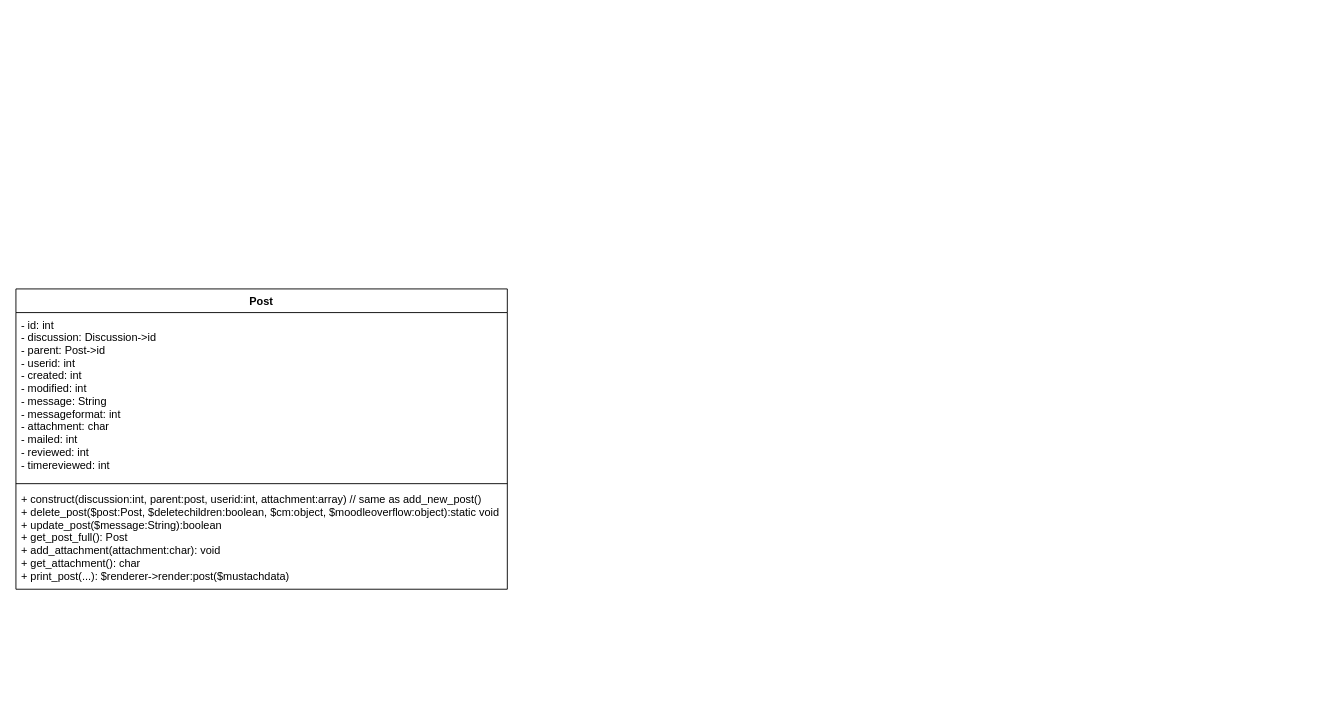
Before: classes/post.drawio in learnweb/moodle-mod_moodleoverflow, a draw.io diagram. Source tidied: cells renumbered, new cells numbered last; positions are measured from the earlier drawing's top-left corner, leaving out a move shared by most shapes. Both pictures are drawn from the tidied source at 91%, with x=0, y=0 at pixel (15, 288).
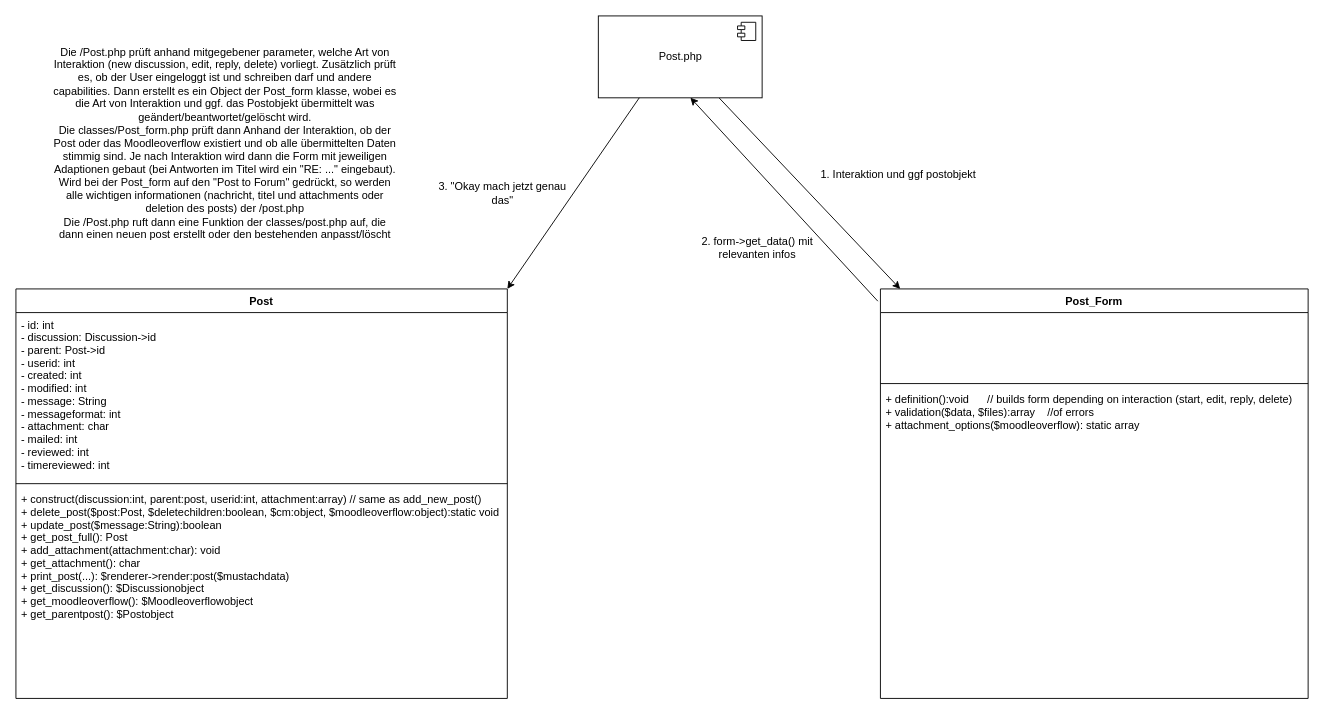
Above is the later version.

Commit message (it also covers changes not shown here):
WIP: class diagram

The edit, as a diff of the source:
```diff
@@
 <mxGraphModel>
   <root>
     <mxCell id="0" />
     <mxCell id="1" parent="0" />
     <mxCell id="2" value="Post" style="swimlane;fontStyle=1;align=center;verticalAlign=top;horizontal=1;startSize=26;" parent="1" vertex="1">
-      <mxGeometry width="540" height="330" as="geometry" />
+      <mxGeometry width="540" height="450" as="geometry" />
     </mxCell>
     <mxCell id="3" value="- id: int&#10;- discussion: Discussion-&gt;id&#10;- parent: Post-&gt;id&#10;- userid: int&#10;- created: int&#10;- modified: int&#10;- message: String&#10;- messageformat: int&#10;- attachment: char&#10;- mailed: int&#10;- reviewed: int &#10;- timereviewed: int" style="text;strokeColor=none;fillColor=none;align=left;verticalAlign=top;spacingLeft=4;spacingRight=4;overflow=hidden;" parent="2" vertex="1">
       <mxGeometry y="26" width="540" height="184" as="geometry" />
     </mxCell>
     <mxCell id="4" style="line;strokeWidth=1;fillColor=none;align=left;verticalAlign=middle;spacingTop=-1;spacingLeft=3;spacingRight=3;labelPosition=right;strokeColor=inherit;" parent="2" vertex="1">
       <mxGeometry y="210" width="540" height="8" as="geometry" />
     </mxCell>
-    <mxCell id="5" value="+ construct(discussion:int, parent:post, userid:int, attachment:array) // same as add_new_post()&#10;+ delete_post($post:Post, $deletechildren:boolean, $cm:object, $moodleoverflow:object):static void&#10;+ update_post($message:String):boolean&#10;+ get_post_full(): Post&#10;+ add_attachment(attachment:char): void&#10;+ get_attachment(): char&#10;+ print_post(...): $renderer-&gt;render:post($mustachdata)" style="text;strokeColor=none;fillColor=none;align=left;verticalAlign=top;spacingLeft=4;spacingRight=4;overflow=hidden;" parent="2" vertex="1">
-      <mxGeometry y="218" width="540" height="112" as="geometry" />
+    <mxCell id="5" value="+ construct(discussion:int, parent:post, userid:int, attachment:array) // same as add_new_post()&#10;+ delete_post($post:Post, $deletechildren:boolean, $cm:object, $moodleoverflow:object):static void&#10;+ update_post($message:String):boolean&#10;+ get_post_full(): Post&#10;+ add_attachment(attachment:char): void&#10;+ get_attachment(): char&#10;+ print_post(...): $renderer-&gt;render:post($mustachdata)&#10;+ get_discussion(): $Discussionobject&#10;+ get_moodleoverflow(): $Moodleoverflowobject&#10;+ get_parentpost(): $Postobject" style="text;strokeColor=none;fillColor=none;align=left;verticalAlign=top;spacingLeft=4;spacingRight=4;overflow=hidden;" parent="2" vertex="1">
+      <mxGeometry y="218" width="540" height="232" as="geometry" />
     </mxCell>
+    <mxCell id="6" value="Post_Form" style="swimlane;fontStyle=1;align=center;verticalAlign=top;horizontal=1;startSize=26;" parent="1" vertex="1">
+      <mxGeometry x="950" width="470" height="450" as="geometry" />
+    </mxCell>
+    <mxCell id="7" value=" &#10;" style="text;strokeColor=none;fillColor=none;align=left;verticalAlign=top;spacingLeft=4;spacingRight=4;overflow=hidden;" parent="6" vertex="1">
+      <mxGeometry y="26" width="470" height="74" as="geometry" />
+    </mxCell>
+    <mxCell id="8" style="line;strokeWidth=1;fillColor=none;align=left;verticalAlign=middle;spacingTop=-1;spacingLeft=3;spacingRight=3;labelPosition=right;strokeColor=inherit;" parent="6" vertex="1">
+      <mxGeometry y="100" width="470" height="8" as="geometry" />
+    </mxCell>
+    <mxCell id="9" value="+ definition():void      // builds form depending on interaction (start, edit, reply, delete)&#10;+ validation($data, $files):array    //of errors&#10;+ attachment_options($moodleoverflow): static array" style="text;strokeColor=none;fillColor=none;align=left;verticalAlign=top;spacingLeft=4;spacingRight=4;overflow=hidden;" parent="6" vertex="1">
+      <mxGeometry y="108" width="470" height="342" as="geometry" />
+    </mxCell>
+    <mxCell id="10" style="edgeStyle=none;html=1;" parent="1" edge="1" source="11" target="6">
+      <mxGeometry relative="1" as="geometry" />
+    </mxCell>
+    <mxCell id="11" value="Post.php&lt;br&gt;" style="html=1;" parent="1" vertex="1">
+      <mxGeometry x="640" y="-300" width="180" height="90" as="geometry" />
+    </mxCell>
+    <mxCell id="12" style="shape=module;jettyWidth=8;jettyHeight=4;" parent="11" vertex="1">
+      <mxGeometry x="1" width="20" height="20" relative="1" as="geometry">
+        <mxPoint x="-27" y="7" as="offset" />
+      </mxGeometry>
+    </mxCell>
+    <mxCell id="13" value="Die /Post.php prüft anhand mitgegebener parameter, welche Art von Interaktion (new discussion, edit, reply, delete) vorliegt. Zusätzlich prüft es, ob der User eingeloggt ist und schreiben darf und andere capabilities. Dann erstellt es ein Object der Post_form klasse, wobei es die Art von Interaktion und ggf. das Postobjekt übermittelt was geändert/beantwortet/gelöscht wird.&lt;br&gt;Die classes/Post_form.php prüft dann Anhand der Interaktion, ob der Post oder das Moodleoverflow existiert und ob alle übermittelten Daten stimmig sind. Je nach Interaktion wird dann die Form mit jeweiligen Adaptionen gebaut (bei Antworten im Titel wird ein &quot;RE: ...&quot; eingebaut).&lt;br&gt;Wird bei der Post_form auf den &quot;Post to Forum&quot; gedrückt, so werden alle wichtigen informationen (nachricht, titel und attachments oder deletion des posts) der /post.php&lt;br&gt;Die /Post.php ruft dann eine Funktion der classes/post.php auf, die dann einen neuen post erstellt oder den bestehenden anpasst/löscht" style="text;html=1;strokeColor=none;fillColor=none;align=center;verticalAlign=middle;whiteSpace=wrap;rounded=0;" parent="1" vertex="1">
+      <mxGeometry x="40" y="-270" width="380" height="220" as="geometry" />
+    </mxCell>
+    <mxCell id="14" style="endArrow=classic;html=1;exitX=-0.006;exitY=0.03;exitDx=0;exitDy=0;exitPerimeter=0;entryX=0.562;entryY=0.998;entryDx=0;entryDy=0;entryPerimeter=0;" parent="1" edge="1" source="6" target="11">
+      <mxGeometry relative="1" as="geometry" />
+    </mxCell>
+    <mxCell id="15" style="endArrow=classic;html=1;exitX=0.25;exitY=1;exitDx=0;exitDy=0;entryX=1;entryY=0;entryDx=0;entryDy=0;" parent="1" edge="1" source="11" target="2">
+      <mxGeometry relative="1" as="geometry" />
+    </mxCell>
+    <mxCell id="16" value="1. Interaktion und ggf postobjekt" style="text;html=1;strokeColor=none;fillColor=none;align=center;verticalAlign=middle;whiteSpace=wrap;rounded=0;" parent="1" vertex="1">
+      <mxGeometry x="880" y="-140" width="180" height="30" as="geometry" />
+    </mxCell>
+    <mxCell id="17" value="2. form-&amp;gt;get_data() mit relevanten infos" style="text;html=1;strokeColor=none;fillColor=none;align=center;verticalAlign=middle;whiteSpace=wrap;rounded=0;" parent="1" vertex="1">
+      <mxGeometry x="740" y="-60" width="150" height="30" as="geometry" />
+    </mxCell>
+    <mxCell id="18" value="3. &quot;Okay mach jetzt genau das&quot;" style="text;html=1;strokeColor=none;fillColor=none;align=center;verticalAlign=middle;whiteSpace=wrap;rounded=0;" parent="1" vertex="1">
+      <mxGeometry x="460" y="-120" width="150" height="30" as="geometry" />
+    </mxCell>
   </root>
 </mxGraphModel>
```
